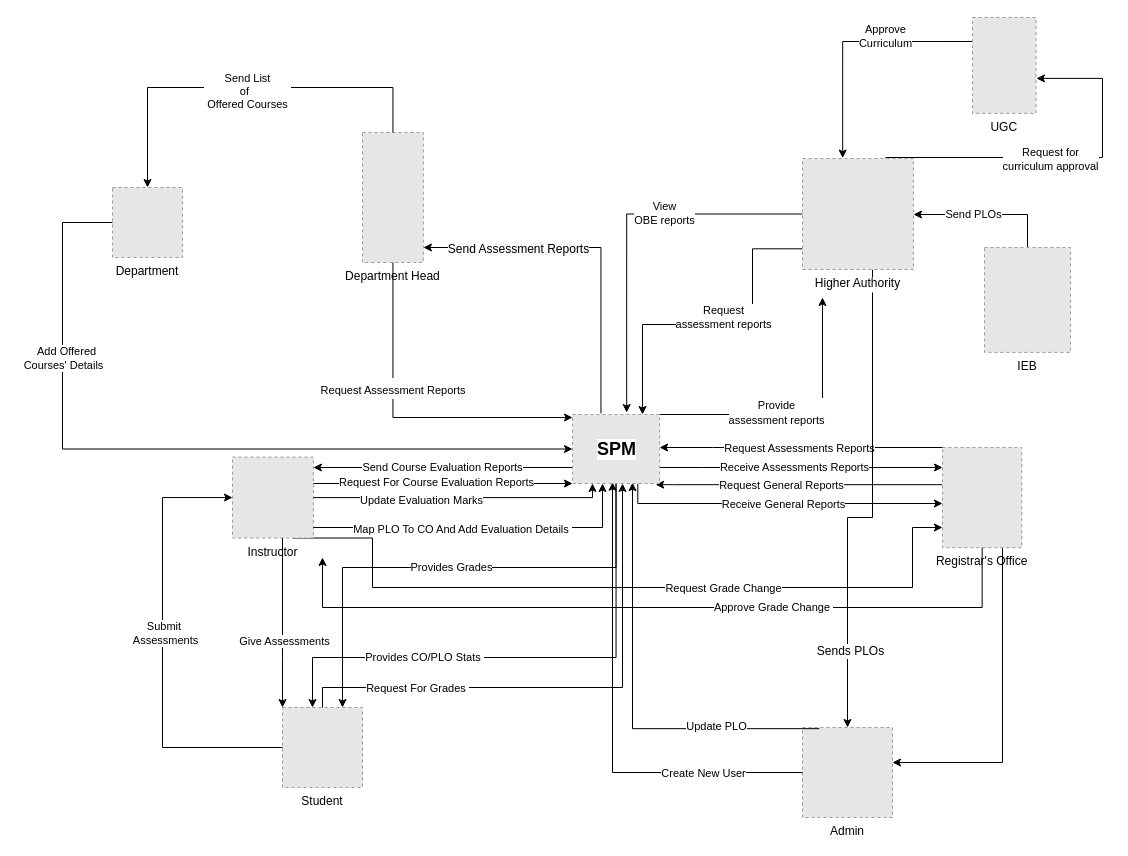
Earlier version of the draw.io diagram Documentation/Rich_Picture_ASIS.drawio (injamam00155/CSE303-sec-04-Group-03). Source tidied: cells renumbered, new cells numbered last; positions are measured from the earlier drawing's top-left corner, leaving out a move shared by most shapes. Both pictures are drawn from the tidied source at 100%, with x=0, y=0 at pixel (62, 17). Pictures stored in the file or linked from it are replaced by grey dashed boxes.
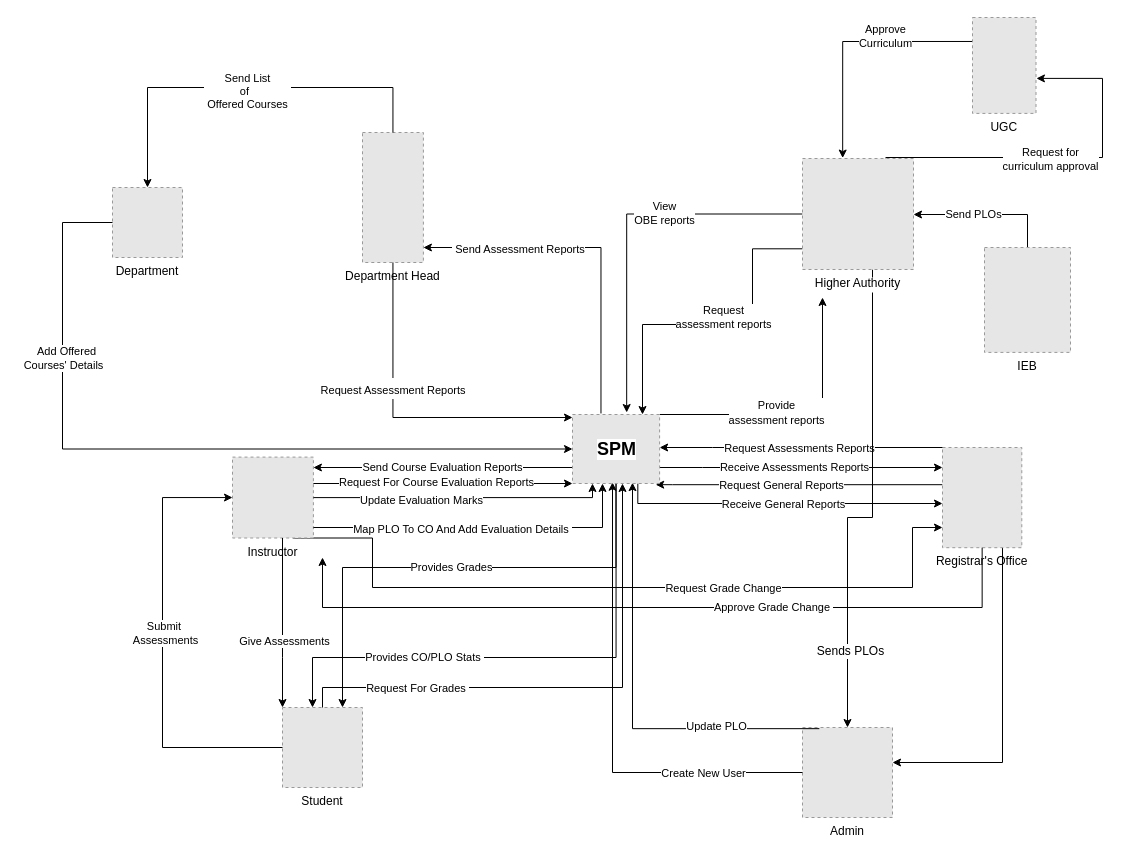
The same diagram, later.

The change refers to these unchanged cells:
```xml
<mxCell id="14" style="edgeStyle=elbowEdgeStyle;elbow=vertical;endArrow=classic;html=1;rounded=0;exitX=0.327;exitY=-0.015;exitDx=0;exitDy=0;exitPerimeter=0;" parent="1" edge="1" source="69" target="4">
  <mxGeometry relative="1" as="geometry">
    <Array as="points">
      <mxPoint x="420" y="230" />
      <mxPoint x="480" y="310" />
      <mxPoint x="450" y="240" />
      <mxPoint x="440" y="210" />
      <mxPoint x="460" y="390" />
      <mxPoint x="530" y="380" />
      <mxPoint x="490" y="370" />
      <mxPoint x="520" y="370" />
      <mxPoint x="540" y="370" />
      <mxPoint x="400" y="360" />
      <mxPoint x="540" y="360" />
      <mxPoint x="560" y="320" />
    </Array>
  </mxGeometry>
</mxCell>
```

What changed in the source:
```diff
@@
-    <mxCell id="15" value="&lt;span style=&quot;font-size: 12px ; background-color: rgb(248 , 249 , 250)&quot;&gt;Send Assessment&amp;nbsp;&lt;/span&gt;&lt;span style=&quot;font-size: 12px ; background-color: rgb(248 , 249 , 250)&quot;&gt;Reports&lt;/span&gt;" style="edgeLabel;html=1;align=center;verticalAlign=middle;" parent="14" vertex="1">
+    <mxCell id="15" value="&amp;nbsp;Send Assessment&amp;nbsp;Reports" style="edgeLabel;html=1;align=center;verticalAlign=middle;" parent="14" vertex="1">
       <mxGeometry x="0.45" y="1" relative="1" as="geometry" />
     </mxCell>
```
